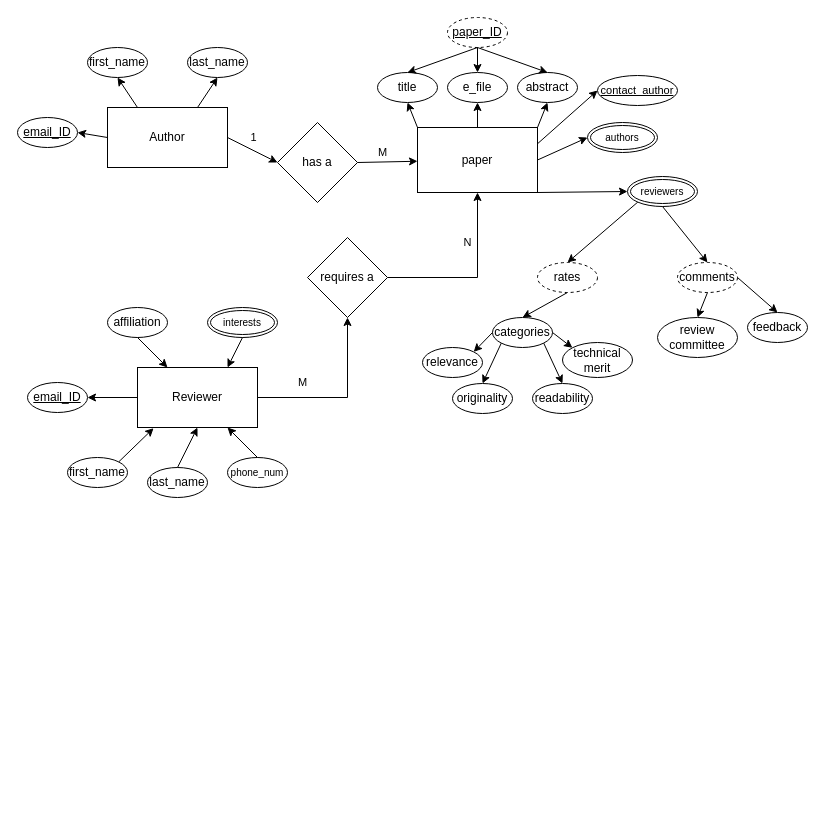
Above: Untitled Diagram.drawio in Jkouj/CSC_436 (draw.io), before the change. Source tidied: cells renumbered, new cells numbered last; positions are measured from the earlier drawing's top-left corner, leaving out a move shared by most shapes. Both pictures are drawn from the tidied source at 100%, with x=0, y=0 at pixel (17, 17).
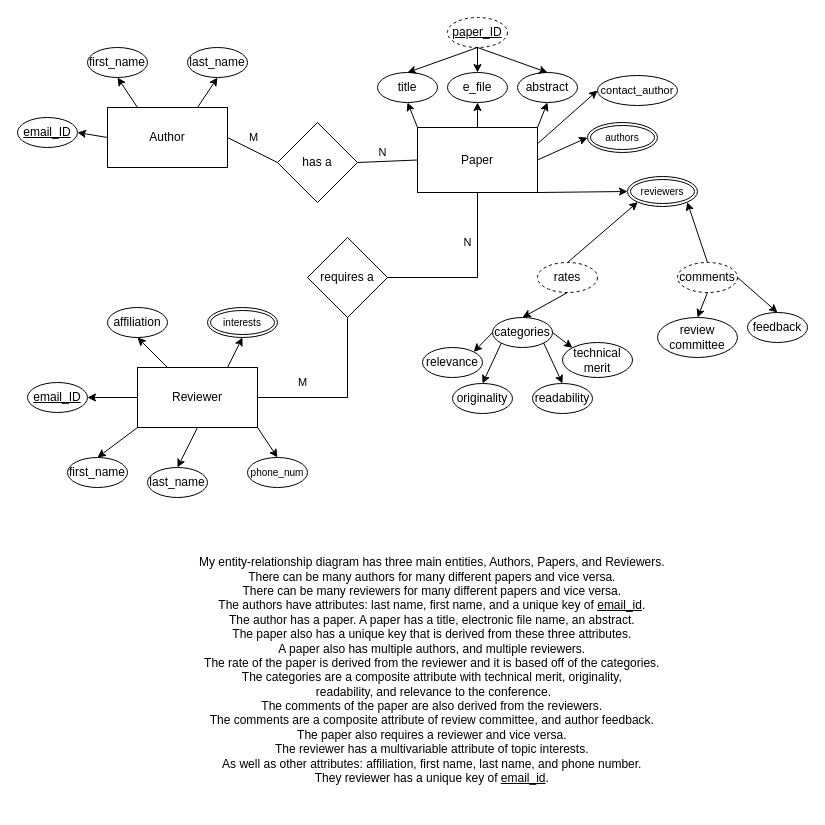
Above is the later version.

The change refers to these unchanged cells:
```xml
<mxCell id="2" value="Author" style="rounded=0;whiteSpace=wrap;html=1;" parent="1" vertex="1">
  <mxGeometry x="90" y="90" width="120" height="60" as="geometry" />
</mxCell>
<mxCell id="7" value="has a" style="rhombus;whiteSpace=wrap;html=1;" parent="1" vertex="1">
  <mxGeometry x="260" y="105" width="80" height="80" as="geometry" />
</mxCell>
<mxCell id="22" value="Reviewer" style="rounded=0;whiteSpace=wrap;html=1;" parent="1" vertex="1">
  <mxGeometry x="120" y="350" width="120" height="60" as="geometry" />
</mxCell>
<mxCell id="24" value="requires a" style="rhombus;whiteSpace=wrap;html=1;" parent="1" vertex="1">
  <mxGeometry x="290" y="220" width="80" height="80" as="geometry" />
</mxCell>
<mxCell id="25" value="&lt;u&gt;email_ID&lt;/u&gt;" style="ellipse;whiteSpace=wrap;html=1;" parent="1" vertex="1">
  <mxGeometry x="10" y="365" width="60" height="30" as="geometry" />
</mxCell>
<mxCell id="26" value="first_name" style="ellipse;whiteSpace=wrap;html=1;" parent="1" vertex="1">
  <mxGeometry x="50" y="440" width="60" height="30" as="geometry" />
</mxCell>
<mxCell id="28" value="last_name" style="ellipse;whiteSpace=wrap;html=1;" parent="1" vertex="1">
  <mxGeometry x="130" y="450" width="60" height="30" as="geometry" />
</mxCell>
<mxCell id="29" value="affiliation" style="ellipse;whiteSpace=wrap;html=1;" parent="1" vertex="1">
  <mxGeometry x="90" y="290" width="60" height="30" as="geometry" />
</mxCell>
<mxCell id="30" value="interests" style="ellipse;shape=doubleEllipse;margin=3;whiteSpace=wrap;html=1;align=center;fontSize=10;" parent="1" vertex="1">
  <mxGeometry x="190" y="290" width="70" height="30" as="geometry" />
</mxCell>
<mxCell id="36" value="reviewers" style="ellipse;shape=doubleEllipse;margin=3;whiteSpace=wrap;html=1;align=center;fontSize=10;" parent="1" vertex="1">
  <mxGeometry x="610" y="159" width="70" height="30" as="geometry" />
</mxCell>
<mxCell id="44" value="rates" style="ellipse;whiteSpace=wrap;html=1;dashed=1;" parent="1" vertex="1">
  <mxGeometry x="520" y="245" width="60" height="30" as="geometry" />
</mxCell>
<mxCell id="57" value="comments" style="ellipse;whiteSpace=wrap;html=1;dashed=1;" parent="1" vertex="1">
  <mxGeometry x="660" y="245" width="60" height="30" as="geometry" />
</mxCell>
```

Diff of the diagram source:
```diff
@@
-    <mxCell id="3" style="endArrow=classic;html=1;rounded=0;exitX=1;exitY=0.5;exitDx=0;exitDy=0;entryX=0;entryY=0.5;entryDx=0;entryDy=0;" parent="1" edge="1" source="2" target="7">
-      <mxGeometry relative="1" as="geometry" />
-    </mxCell>
@@
-    <mxCell id="8" style="endArrow=classic;html=1;rounded=0;exitX=1;exitY=0.5;exitDx=0;exitDy=0;" parent="1" edge="1" source="7" target="9">
-      <mxGeometry relative="1" as="geometry" />
-    </mxCell>
-    <mxCell id="9" value="paper" style="rounded=0;whiteSpace=wrap;html=1;" parent="1" vertex="1">
+    <mxCell id="9" value="Paper" style="rounded=0;whiteSpace=wrap;html=1;" parent="1" vertex="1">
       <mxGeometry x="400" y="110" width="120" height="65" as="geometry" />
     </mxCell>
@@
-    <mxCell id="20" style="edgeStyle=orthogonalEdgeStyle;rounded=0;jettySize=auto;html=1;" parent="1" edge="1" source="22" target="24">
-      <mxGeometry relative="1" as="geometry" />
-    </mxCell>
-    <mxCell id="21" style="edgeStyle=orthogonalEdgeStyle;rounded=0;jettySize=auto;html=1;" parent="1" edge="1" source="22" target="25">
-      <mxGeometry relative="1" as="geometry" />
-    </mxCell>
@@
-    <mxCell id="23" style="edgeStyle=orthogonalEdgeStyle;rounded=0;jettySize=auto;html=1;" parent="1" edge="1" source="24" target="9">
-      <mxGeometry relative="1" as="geometry" />
-    </mxCell>
@@
     <mxCell id="27" value="&lt;font style=&quot;font-size: 10px;&quot;&gt;phone_num&lt;/font&gt;" style="ellipse;whiteSpace=wrap;html=1;" parent="1" vertex="1">
-      <mxGeometry x="210" y="440" width="60" height="30" as="geometry" />
+      <mxGeometry x="230" y="440" width="60" height="30" as="geometry" />
     </mxCell>
@@
-    <mxCell id="31" style="edgeStyle=none;jettySize=auto;html=1;rounded=0;fontSize=10;exitX=0.5;exitY=1;exitDx=0;exitDy=0;entryX=0.25;entryY=0;entryDx=0;entryDy=0;" parent="1" edge="1" source="29" target="22">
-      <mxGeometry relative="1" as="geometry" />
-    </mxCell>
-    <mxCell id="32" style="edgeStyle=none;jettySize=auto;html=1;rounded=0;fontSize=10;exitX=0.5;exitY=1;exitDx=0;exitDy=0;entryX=0.75;entryY=0;entryDx=0;entryDy=0;" parent="1" edge="1" source="30" target="22">
-      <mxGeometry relative="1" as="geometry" />
-    </mxCell>
-    <mxCell id="33" style="edgeStyle=none;jettySize=auto;html=1;rounded=0;fontSize=10;exitX=1;exitY=0;exitDx=0;exitDy=0;entryX=0.134;entryY=1.011;entryDx=0;entryDy=0;entryPerimeter=0;" parent="1" edge="1" source="26" target="22">
-      <mxGeometry relative="1" as="geometry" />
-    </mxCell>
-    <mxCell id="34" style="edgeStyle=none;jettySize=auto;html=1;rounded=0;fontSize=10;exitX=0.5;exitY=0;exitDx=0;exitDy=0;entryX=0.5;entryY=1;entryDx=0;entryDy=0;" parent="1" edge="1" source="28" target="22">
-      <mxGeometry relative="1" as="geometry" />
-    </mxCell>
-    <mxCell id="35" style="edgeStyle=none;jettySize=auto;html=1;rounded=0;fontSize=10;exitX=0.5;exitY=0;exitDx=0;exitDy=0;entryX=0.75;entryY=1;entryDx=0;entryDy=0;" parent="1" edge="1" source="27" target="22">
-      <mxGeometry relative="1" as="geometry" />
-    </mxCell>
@@
-    <mxCell id="38" value="&lt;u&gt;&lt;font style=&quot;font-size: 11px;&quot;&gt;contact_author&lt;/font&gt;&lt;/u&gt;" style="ellipse;whiteSpace=wrap;html=1;" parent="1" vertex="1">
+    <mxCell id="38" value="&lt;font style=&quot;font-size: 11px;&quot;&gt;contact_author&lt;/font&gt;" style="ellipse;whiteSpace=wrap;html=1;" parent="1" vertex="1">
       <mxGeometry x="580" y="58" width="80" height="30" as="geometry" />
     </mxCell>
@@
-    <mxCell id="42" style="edgeStyle=none;jettySize=auto;html=1;rounded=0;fontSize=11;exitX=0;exitY=1;exitDx=0;exitDy=0;entryX=0.5;entryY=0;entryDx=0;entryDy=0;" parent="1" edge="1" source="36" target="44">
-      <mxGeometry relative="1" as="geometry" />
-    </mxCell>
@@
-    <mxCell id="58" style="edgeStyle=none;jettySize=auto;html=1;rounded=0;fontSize=11;exitX=0.5;exitY=1;exitDx=0;exitDy=0;entryX=0.5;entryY=0;entryDx=0;entryDy=0;" parent="1" edge="1" source="36" target="57">
-      <mxGeometry relative="1" as="geometry" />
-    </mxCell>
@@
-    <mxCell id="63" value="1" style="text;html=1;align=center;verticalAlign=middle;strokeColor=none;fillColor=none;fontSize=11;" parent="1" vertex="1">
+    <mxCell id="63" value="M" style="text;html=1;align=center;verticalAlign=middle;strokeColor=none;fillColor=none;fontSize=11;" parent="1" vertex="1">
       <mxGeometry x="221" y="105" width="30" height="30" as="geometry" />
     </mxCell>
-    <mxCell id="64" value="M" style="text;html=1;align=center;verticalAlign=middle;strokeColor=none;fillColor=none;fontSize=11;" parent="1" vertex="1">
+    <mxCell id="64" value="N" style="text;html=1;align=center;verticalAlign=middle;strokeColor=none;fillColor=none;fontSize=11;" parent="1" vertex="1">
       <mxGeometry x="350" y="120" width="30" height="30" as="geometry" />
     </mxCell>
@@
+    <mxCell id="67" value="&lt;div style=&quot;text-align: center;&quot;&gt;&lt;span style=&quot;background-color: initial;&quot;&gt;My entity-relationship diagram has three main entities, Authors, Papers, and Reviewers.&lt;/span&gt;&lt;/div&gt;&lt;div style=&quot;text-align: center;&quot;&gt;&lt;span style=&quot;background-color: initial;&quot;&gt;There can be many authors for many different papers and vice versa.&lt;/span&gt;&lt;/div&gt;&lt;div style=&quot;text-align: center;&quot;&gt;&lt;span style=&quot;background-color: initial;&quot;&gt;There can be many reviewers for many different papers and vice versa.&lt;/span&gt;&lt;/div&gt;&lt;div style=&quot;text-align: center;&quot;&gt;The authors have attributes: last name, first name, and a unique key of &lt;u&gt;email_id&lt;/u&gt;.&lt;/div&gt;&lt;div style=&quot;text-align: center;&quot;&gt;The author has a paper. A paper has a title, electronic file name, an abstract.&lt;/div&gt;&lt;div style=&quot;text-align: center;&quot;&gt;The paper also has a unique key that is derived from these three attributes.&lt;/div&gt;&lt;div style=&quot;text-align: center;&quot;&gt;A paper also has multiple authors, and multiple reviewers.&lt;/div&gt;&lt;div style=&quot;text-align: center;&quot;&gt;The rate of the paper is derived from the reviewer and it is based off of the categories.&lt;/div&gt;&lt;div style=&quot;text-align: center;&quot;&gt;The categories are a composite attribute with technical merit, originality,&lt;/div&gt;&lt;div style=&quot;text-align: center;&quot;&gt;&amp;nbsp;readability, and relevance to the conference.&lt;/div&gt;&lt;div style=&quot;text-align: center;&quot;&gt;The comments of the paper are also derived from the reviewers.&lt;/div&gt;&lt;div style=&quot;text-align: center;&quot;&gt;The comments are a composite attribute of review committee, and author feedback.&lt;/div&gt;&lt;div style=&quot;text-align: center;&quot;&gt;The paper also requires a reviewer and vice versa.&lt;/div&gt;&lt;div style=&quot;text-align: center;&quot;&gt;The reviewer has a multivariable attribute of topic interests.&lt;/div&gt;&lt;div style=&quot;text-align: center;&quot;&gt;As well as other attributes: affiliation, first name, last name, and phone number.&lt;/div&gt;&lt;div style=&quot;text-align: center;&quot;&gt;They reviewer has a unique key of &lt;u&gt;email_id&lt;/u&gt;.&lt;/div&gt;&lt;div style=&quot;text-align: center;&quot;&gt;&lt;br&gt;&lt;/div&gt;" style="text;html=1;align=left;verticalAlign=middle;strokeColor=none;fillColor=none;" parent="1" vertex="1">
+      <mxGeometry x="180" y="530" width="490" height="260" as="geometry" />
+    </mxCell>
+    <mxCell id="68" style="line;strokeWidth=1;dashed=0;labelPosition=right;align=left;verticalAlign=middle;spacingTop=0;spacingLeft=6;points=[];portConstraint=eastwest;" parent="1" vertex="1">
+      <mxGeometry x="240" y="375" width="90" height="10" as="geometry" />
+    </mxCell>
+    <mxCell id="69" style="endArrow=none;html=1;rounded=0;exitX=1;exitY=0.5;exitDx=0;exitDy=0;exitPerimeter=0;entryX=0.5;entryY=1;entryDx=0;entryDy=0;" parent="1" edge="1" source="68" target="24">
+      <mxGeometry relative="1" as="geometry" />
+    </mxCell>
+    <mxCell id="70" style="endArrow=none;html=1;rounded=0;entryX=0.5;entryY=1;entryDx=0;entryDy=0;" parent="1" edge="1" target="9">
+      <mxGeometry relative="1" as="geometry">
+        <mxPoint x="460" y="260" as="sourcePoint" />
+      </mxGeometry>
+    </mxCell>
+    <mxCell id="71" style="endArrow=none;html=1;rounded=0;exitX=1;exitY=0.5;exitDx=0;exitDy=0;" parent="1" edge="1" source="24">
+      <mxGeometry relative="1" as="geometry">
+        <mxPoint x="460" y="260" as="targetPoint" />
+      </mxGeometry>
+    </mxCell>
+    <mxCell id="3" style="endArrow=none;html=1;rounded=0;exitX=1;exitY=0.5;exitDx=0;exitDy=0;entryX=0;entryY=0.5;entryDx=0;entryDy=0;" parent="1" edge="1" source="2" target="7">
+      <mxGeometry relative="1" as="geometry" />
+    </mxCell>
+    <mxCell id="8" style="endArrow=none;html=1;rounded=0;entryX=0;entryY=0.5;entryDx=0;entryDy=0;exitX=1;exitY=0.5;exitDx=0;exitDy=0;" parent="1" edge="1" source="7" target="9">
+      <mxGeometry relative="1" as="geometry" />
+    </mxCell>
+    <mxCell id="72" style="edgeStyle=none;jettySize=auto;html=1;rounded=0;exitX=1;exitY=1;exitDx=0;exitDy=0;entryX=0.5;entryY=0;entryDx=0;entryDy=0;" parent="1" edge="1" source="22" target="27">
+      <mxGeometry relative="1" as="geometry" />
+    </mxCell>
+    <mxCell id="73" style="edgeStyle=none;jettySize=auto;html=1;rounded=0;exitX=0.5;exitY=1;exitDx=0;exitDy=0;entryX=0.5;entryY=0;entryDx=0;entryDy=0;" parent="1" edge="1" source="22" target="28">
+      <mxGeometry relative="1" as="geometry" />
+    </mxCell>
+    <mxCell id="74" style="edgeStyle=none;jettySize=auto;html=1;rounded=0;exitX=0;exitY=1;exitDx=0;exitDy=0;entryX=0.5;entryY=0;entryDx=0;entryDy=0;" parent="1" edge="1" source="22" target="26">
+      <mxGeometry relative="1" as="geometry" />
+    </mxCell>
+    <mxCell id="21" style="edgeStyle=none;jettySize=auto;html=1;rounded=0;exitX=0;exitY=0.5;exitDx=0;exitDy=0;entryX=1;entryY=0.5;entryDx=0;entryDy=0;" parent="1" edge="1" source="22" target="25">
+      <mxGeometry relative="1" as="geometry" />
+    </mxCell>
+    <mxCell id="75" style="edgeStyle=none;jettySize=auto;html=1;rounded=0;entryX=0.5;entryY=1;entryDx=0;entryDy=0;exitX=0.25;exitY=0;exitDx=0;exitDy=0;" parent="1" edge="1" source="22" target="29">
+      <mxGeometry relative="1" as="geometry" />
+    </mxCell>
+    <mxCell id="76" style="edgeStyle=none;jettySize=auto;html=1;rounded=0;exitX=0.75;exitY=0;exitDx=0;exitDy=0;entryX=0.5;entryY=1;entryDx=0;entryDy=0;" parent="1" edge="1" source="22" target="30">
+      <mxGeometry relative="1" as="geometry" />
+    </mxCell>
+    <mxCell id="77" style="edgeStyle=none;jettySize=auto;html=1;rounded=0;exitX=0.5;exitY=0;exitDx=0;exitDy=0;entryX=0;entryY=1;entryDx=0;entryDy=0;" parent="1" edge="1" source="44" target="36">
+      <mxGeometry relative="1" as="geometry" />
+    </mxCell>
+    <mxCell id="78" style="edgeStyle=none;jettySize=auto;html=1;rounded=0;exitX=0.5;exitY=0;exitDx=0;exitDy=0;entryX=1;entryY=1;entryDx=0;entryDy=0;" parent="1" edge="1" source="57" target="36">
+      <mxGeometry relative="1" as="geometry" />
+    </mxCell>
```
